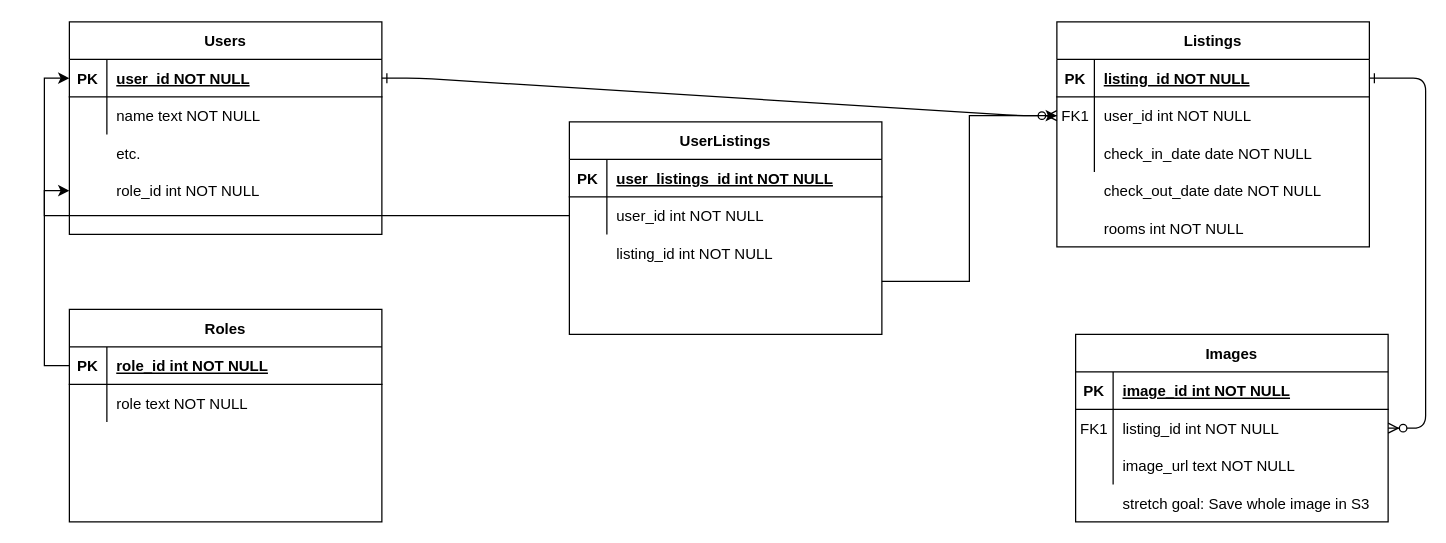
Before: Hotel-app.drawio in tobynboudreaux/RuntimeTerror, a draw.io diagram. Source tidied: cells renumbered, new cells numbered last; positions are measured from the earlier drawing's top-left corner, leaving out a move shared by most shapes. Both pictures are drawn from the tidied source at 125%, with x=0, y=0 at pixel (69, 21).
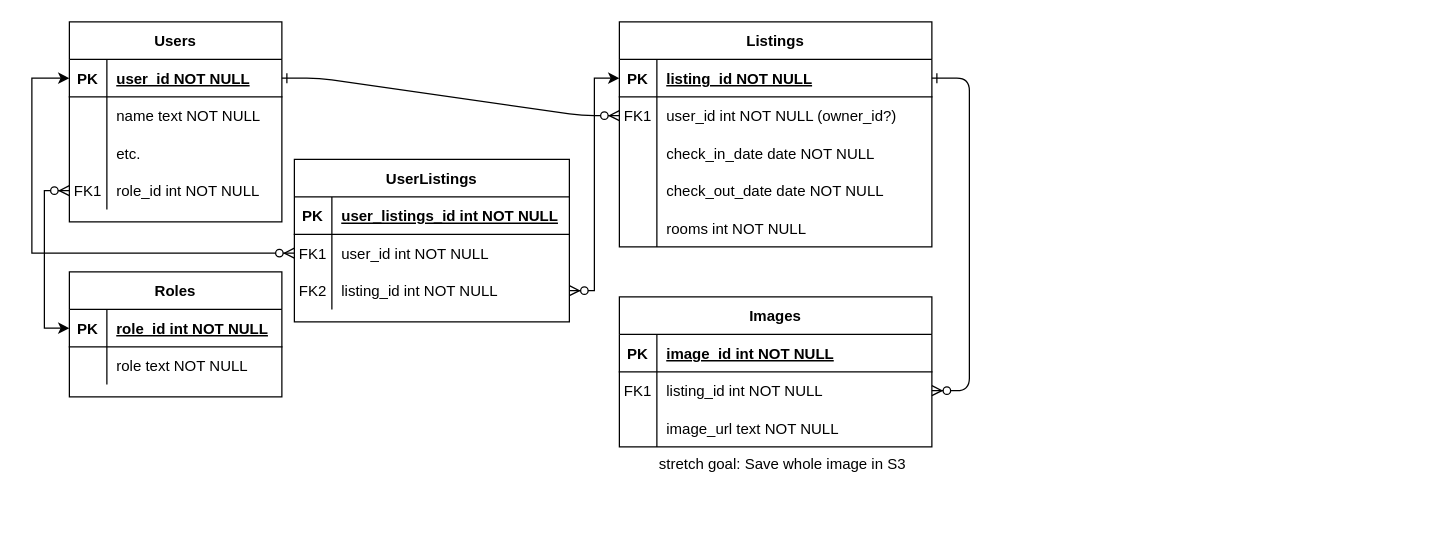
Above is the later version.

Commit message:
Update Hotel-app.drawio (cleanup a bit)

The change refers to these unchanged cells:
```xml
<mxCell id="5" style="shape=partialRectangle;fillColor=none;points=[[0,0.5],[1,0.5]];portConstraint=eastwest;top=0;left=0;right=0;bottom=1;" parent="4" vertex="1">
  <mxGeometry y="30" width="250" height="30" as="geometry" />
</mxCell>
<mxCell id="8" style="shape=partialRectangle;fillColor=none;points=[[0,0.5],[1,0.5]];portConstraint=eastwest;top=0;left=0;right=0;bottom=0;" parent="4" vertex="1">
  <mxGeometry y="60" width="250" height="30" as="geometry" />
</mxCell>
```

Diff of the diagram source:
```diff
@@
     <mxCell id="4" value="Listings" style="shape=table;startSize=30;childLayout=tableLayout;rowLines=0;fontStyle=1;align=center;" parent="1" vertex="1">
-      <mxGeometry x="790" width="250" height="180" as="geometry" />
+      <mxGeometry x="440" width="250" height="180" as="geometry" />
     </mxCell>
@@
-    <mxCell id="10" value="user_id int NOT NULL" style="shape=partialRectangle;overflow=hidden;fillColor=none;top=0;left=0;bottom=0;right=0;align=left;spacingLeft=6;" parent="8" vertex="1">
+    <mxCell id="10" value="user_id int NOT NULL (owner_id?)" style="shape=partialRectangle;overflow=hidden;fillColor=none;top=0;left=0;bottom=0;right=0;align=left;spacingLeft=6;" parent="8" vertex="1">
       <mxGeometry x="30" width="220" height="30" as="geometry" />
     </mxCell>
@@
+    <mxCell id="58" style="shape=partialRectangle;fillColor=none;top=0;left=0;right=0;bottom=0;" parent="4" vertex="1">
+      <mxGeometry y="120" width="250" height="30" as="geometry" />
+    </mxCell>
+    <mxCell id="59" style="shape=partialRectangle;overflow=hidden;fillColor=none;top=0;left=0;bottom=0;right=0;" parent="58" vertex="1">
+      <mxGeometry width="30" height="30" as="geometry" />
+    </mxCell>
+    <mxCell id="37" value="check_out_date date NOT NULL" style="shape=partialRectangle;overflow=hidden;fillColor=none;top=0;left=0;bottom=0;right=0;align=left;spacingLeft=6;" parent="58" vertex="1">
+      <mxGeometry x="30" width="220" height="30" as="geometry" />
+    </mxCell>
+    <mxCell id="60" style="shape=partialRectangle;fillColor=none;top=0;left=0;right=0;bottom=0;" parent="4" vertex="1">
+      <mxGeometry y="150" width="250" height="30" as="geometry" />
+    </mxCell>
+    <mxCell id="61" style="shape=partialRectangle;overflow=hidden;fillColor=none;top=0;left=0;bottom=0;right=0;" parent="60" vertex="1">
+      <mxGeometry width="30" height="30" as="geometry" />
+    </mxCell>
+    <mxCell id="38" value="rooms int NOT NULL" style="shape=partialRectangle;overflow=hidden;fillColor=none;top=0;left=0;bottom=0;right=0;align=left;spacingLeft=6;" parent="60" vertex="1">
+      <mxGeometry x="30" width="220" height="30" as="geometry" />
+    </mxCell>
     <mxCell id="14" value="Images" style="shape=table;startSize=30;childLayout=tableLayout;rowLines=0;fontStyle=1;align=center;" parent="1" vertex="1">
-      <mxGeometry x="805" y="250" width="250" height="150" as="geometry" />
+      <mxGeometry x="440" y="220" width="250" height="120" as="geometry" />
     </mxCell>
@@
     <mxCell id="24" value="Users" style="shape=table;startSize=30;childLayout=tableLayout;rowLines=0;fontStyle=1;align=center;" parent="1" vertex="1">
-      <mxGeometry width="250" height="170" as="geometry" />
+      <mxGeometry width="170" height="160" as="geometry" />
     </mxCell>
     <mxCell id="25" style="shape=partialRectangle;fillColor=none;points=[[0,0.5],[1,0.5]];portConstraint=eastwest;top=0;left=0;right=0;bottom=1;" parent="24" vertex="1">
-      <mxGeometry y="30" width="250" height="30" as="geometry" />
+      <mxGeometry y="30" width="170" height="30" as="geometry" />
     </mxCell>
@@
     <mxCell id="27" value="user_id NOT NULL" style="shape=partialRectangle;overflow=hidden;fillColor=none;top=0;left=0;bottom=0;right=0;align=left;spacingLeft=6;fontStyle=5;" parent="25" vertex="1">
-      <mxGeometry x="30" width="220" height="30" as="geometry" />
+      <mxGeometry x="30" width="140" height="30" as="geometry" />
     </mxCell>
     <mxCell id="28" style="shape=partialRectangle;fillColor=none;top=0;left=0;right=0;bottom=0;" parent="24" vertex="1">
-      <mxGeometry y="60" width="250" height="30" as="geometry" />
+      <mxGeometry y="60" width="170" height="30" as="geometry" />
     </mxCell>
@@
     <mxCell id="30" value="name text NOT NULL" style="shape=partialRectangle;overflow=hidden;fillColor=none;top=0;left=0;bottom=0;right=0;align=left;spacingLeft=6;" parent="28" vertex="1">
-      <mxGeometry x="30" width="220" height="30" as="geometry" />
+      <mxGeometry x="30" width="140" height="30" as="geometry" />
     </mxCell>
-    <mxCell id="31" style="shape=partialRectangle;fillColor=none;points=[[0,0.5],[1,0.5]];portConstraint=eastwest;top=0;left=0;right=0;bottom=0;" parent="1" vertex="1">
-      <mxGeometry y="120" width="250" height="30" as="geometry" />
-    </mxCell>
-    <mxCell id="32" style="shape=partialRectangle;overflow=hidden;fillColor=none;top=0;left=0;bottom=0;right=0;" parent="31" vertex="1">
-      <mxGeometry width="30" height="30" as="geometry" />
-    </mxCell>
+    <mxCell id="62" style="shape=partialRectangle;fillColor=none;top=0;left=0;right=0;bottom=0;" parent="24" vertex="1">
+      <mxGeometry y="90" width="170" height="30" as="geometry" />
+    </mxCell>
+    <mxCell id="63" style="shape=partialRectangle;overflow=hidden;fillColor=none;top=0;left=0;bottom=0;right=0;" parent="62" vertex="1">
+      <mxGeometry width="30" height="30" as="geometry" />
+    </mxCell>
+    <mxCell id="57" value="etc." style="shape=partialRectangle;overflow=hidden;fillColor=none;top=0;left=0;bottom=0;right=0;align=left;spacingLeft=6;" parent="62" vertex="1">
+      <mxGeometry x="30" width="140" height="30" as="geometry" />
+    </mxCell>
+    <mxCell id="64" style="shape=partialRectangle;fillColor=none;points=[[0,0.5],[1,0.5]];portConstraint=eastwest;top=0;left=0;right=0;bottom=0;" parent="24" vertex="1">
+      <mxGeometry y="120" width="170" height="30" as="geometry" />
+    </mxCell>
+    <mxCell id="65" value="FK1" style="shape=partialRectangle;overflow=hidden;fillColor=none;top=0;left=0;bottom=0;right=0;" parent="64" vertex="1">
+      <mxGeometry width="30" height="30" as="geometry" />
+    </mxCell>
-    <mxCell id="33" value="role_id int NOT NULL" style="shape=partialRectangle;overflow=hidden;fillColor=none;top=0;left=0;bottom=0;right=0;align=left;spacingLeft=6;" parent="31" vertex="1">
-      <mxGeometry x="30" width="220" height="30" as="geometry" />
+    <mxCell id="33" value="role_id int NOT NULL" style="shape=partialRectangle;overflow=hidden;fillColor=none;top=0;left=0;bottom=0;right=0;align=left;spacingLeft=6;" parent="64" vertex="1">
+      <mxGeometry x="30" width="140" height="30" as="geometry" />
     </mxCell>
-    <mxCell id="34" style="shape=partialRectangle;fillColor=none;top=0;left=0;right=0;bottom=0;" parent="1" vertex="1">
-      <mxGeometry x="805" y="370" width="250" height="30" as="geometry" />
-    </mxCell>
-    <mxCell id="35" style="shape=partialRectangle;overflow=hidden;fillColor=none;top=0;left=0;bottom=0;right=0;" parent="34" vertex="1">
-      <mxGeometry width="30" height="30" as="geometry" />
-    </mxCell>
-    <mxCell id="36" value="stretch goal: Save whole image in S3" style="shape=partialRectangle;overflow=hidden;fillColor=none;top=0;left=0;bottom=0;right=0;align=left;spacingLeft=6;" parent="34" vertex="1">
-      <mxGeometry x="30" width="220" height="30" as="geometry" />
-    </mxCell>
-    <mxCell id="37" value="check_out_date date NOT NULL" style="shape=partialRectangle;overflow=hidden;fillColor=none;top=0;left=0;bottom=0;right=0;align=left;spacingLeft=6;" parent="1" vertex="1">
-      <mxGeometry x="820" y="120" width="220" height="30" as="geometry" />
-    </mxCell>
-    <mxCell id="38" value="rooms int NOT NULL" style="shape=partialRectangle;overflow=hidden;fillColor=none;top=0;left=0;bottom=0;right=0;align=left;spacingLeft=6;" parent="1" vertex="1">
-      <mxGeometry x="820" y="150" width="220" height="30" as="geometry" />
-    </mxCell>
-    <mxCell id="39" style="edgeStyle=orthogonalEdgeStyle;rounded=0;jettySize=auto;html=1;exitX=1;exitY=0.75;exitDx=0;exitDy=0;entryX=0;entryY=0.5;entryDx=0;entryDy=0;" parent="1" edge="1" source="40" target="8">
-      <mxGeometry relative="1" as="geometry" />
-    </mxCell>
     <mxCell id="40" value="UserListings" style="shape=table;startSize=30;childLayout=tableLayout;rowLines=0;fontStyle=1;align=center;" parent="1" vertex="1">
-      <mxGeometry x="400" y="80" width="250" height="170" as="geometry" />
+      <mxGeometry x="180" y="110" width="220" height="130" as="geometry" />
     </mxCell>
     <mxCell id="41" style="shape=partialRectangle;fillColor=none;top=0;left=0;right=0;bottom=1;" parent="40" vertex="1">
-      <mxGeometry y="30" width="250" height="30" as="geometry" />
+      <mxGeometry y="30" width="220" height="30" as="geometry" />
     </mxCell>
@@
     <mxCell id="43" value="user_listings_id int NOT NULL" style="shape=partialRectangle;overflow=hidden;fillColor=none;top=0;left=0;bottom=0;right=0;align=left;spacingLeft=6;fontStyle=5;" parent="41" vertex="1">
-      <mxGeometry x="30" width="220" height="30" as="geometry" />
+      <mxGeometry x="30" width="190" height="30" as="geometry" />
     </mxCell>
     <mxCell id="44" style="shape=partialRectangle;fillColor=none;points=[[0,0.5],[1,0.5]];portConstraint=eastwest;top=0;left=0;right=0;bottom=0;" parent="40" vertex="1">
-      <mxGeometry y="60" width="250" height="30" as="geometry" />
+      <mxGeometry y="60" width="220" height="30" as="geometry" />
     </mxCell>
-    <mxCell id="45" style="shape=partialRectangle;overflow=hidden;fillColor=none;top=0;left=0;bottom=0;right=0;" parent="44" vertex="1">
+    <mxCell id="45" value="FK1" style="shape=partialRectangle;overflow=hidden;fillColor=none;top=0;left=0;bottom=0;right=0;" parent="44" vertex="1">
       <mxGeometry width="30" height="30" as="geometry" />
     </mxCell>
     <mxCell id="46" value="user_id int NOT NULL" style="shape=partialRectangle;overflow=hidden;fillColor=none;top=0;left=0;bottom=0;right=0;align=left;spacingLeft=6;" parent="44" vertex="1">
-      <mxGeometry x="30" width="220" height="30" as="geometry" />
+      <mxGeometry x="30" width="190" height="30" as="geometry" />
     </mxCell>
+    <mxCell id="66" style="shape=partialRectangle;fillColor=none;points=[[0,0.5],[1,0.5]];portConstraint=eastwest;top=0;left=0;right=0;bottom=0;" parent="40" vertex="1">
+      <mxGeometry y="90" width="220" height="30" as="geometry" />
+    </mxCell>
+    <mxCell id="67" value="FK2" style="shape=partialRectangle;overflow=hidden;fillColor=none;top=0;left=0;bottom=0;right=0;" parent="66" vertex="1">
+      <mxGeometry width="30" height="30" as="geometry" />
+    </mxCell>
-    <mxCell id="47" value="listing_id int NOT NULL" style="shape=partialRectangle;overflow=hidden;fillColor=none;top=0;left=0;bottom=0;right=0;align=left;spacingLeft=6;" parent="1" vertex="1">
-      <mxGeometry x="430" y="170" width="220" height="30" as="geometry" />
+    <mxCell id="47" value="listing_id int NOT NULL" style="shape=partialRectangle;overflow=hidden;fillColor=none;top=0;left=0;bottom=0;right=0;align=left;spacingLeft=6;" parent="66" vertex="1">
+      <mxGeometry x="30" width="190" height="30" as="geometry" />
     </mxCell>
-    <mxCell id="48" style="edgeStyle=orthogonalEdgeStyle;rounded=0;jettySize=auto;html=1;exitX=0;exitY=0.5;exitDx=0;exitDy=0;entryX=0;entryY=0.5;entryDx=0;entryDy=0;" parent="1" edge="1" source="44" target="25">
-      <mxGeometry relative="1" as="geometry" />
-    </mxCell>
     <mxCell id="49" value="Roles" style="shape=table;startSize=30;childLayout=tableLayout;rowLines=0;fontStyle=1;align=center;" parent="1" vertex="1">
-      <mxGeometry y="230" width="250" height="170" as="geometry" />
+      <mxGeometry y="200" width="170" height="100" as="geometry" />
     </mxCell>
     <mxCell id="50" style="shape=partialRectangle;fillColor=none;points=[[0,0.5],[1,0.5]];portConstraint=eastwest;top=0;left=0;right=0;bottom=1;" parent="49" vertex="1">
-      <mxGeometry y="30" width="250" height="30" as="geometry" />
+      <mxGeometry y="30" width="170" height="30" as="geometry" />
     </mxCell>
@@
     <mxCell id="52" value="role_id int NOT NULL" style="shape=partialRectangle;overflow=hidden;fillColor=none;top=0;left=0;bottom=0;right=0;align=left;spacingLeft=6;fontStyle=5;" parent="50" vertex="1">
-      <mxGeometry x="30" width="220" height="30" as="geometry" />
+      <mxGeometry x="30" width="140" height="30" as="geometry" />
     </mxCell>
     <mxCell id="53" style="shape=partialRectangle;fillColor=none;top=0;left=0;right=0;bottom=0;" parent="49" vertex="1">
-      <mxGeometry y="60" width="250" height="30" as="geometry" />
+      <mxGeometry y="60" width="170" height="30" as="geometry" />
     </mxCell>
@@
     <mxCell id="55" value="role text NOT NULL" style="shape=partialRectangle;overflow=hidden;fillColor=none;top=0;left=0;bottom=0;right=0;align=left;spacingLeft=6;" parent="53" vertex="1">
-      <mxGeometry x="30" width="220" height="30" as="geometry" />
+      <mxGeometry x="30" width="140" height="30" as="geometry" />
     </mxCell>
-    <mxCell id="56" style="edgeStyle=orthogonalEdgeStyle;rounded=0;jettySize=auto;html=1;exitX=0;exitY=0.5;exitDx=0;exitDy=0;entryX=0;entryY=0.5;entryDx=0;entryDy=0;" parent="1" edge="1" source="50" target="31">
-      <mxGeometry relative="1" as="geometry" />
-    </mxCell>
-    <mxCell id="57" value="etc." style="shape=partialRectangle;overflow=hidden;fillColor=none;top=0;left=0;bottom=0;right=0;align=left;spacingLeft=6;" parent="1" vertex="1">
-      <mxGeometry x="30" y="90" width="220" height="30" as="geometry" />
-    </mxCell>
+    <mxCell id="68" style="edgeStyle=orthogonalEdgeStyle;rounded=0;jettySize=auto;html=1;entryX=0;entryY=0.5;entryDx=0;entryDy=0;startArrow=ERzeroToMany;startFill=1;" parent="1" edge="1" source="66" target="5">
+      <mxGeometry relative="1" as="geometry" />
+    </mxCell>
+    <mxCell id="48" style="edgeStyle=orthogonalEdgeStyle;rounded=0;jettySize=auto;html=1;exitX=0;exitY=0.5;exitDx=0;exitDy=0;entryX=0;entryY=0.5;entryDx=0;entryDy=0;startArrow=ERzeroToMany;startFill=1;" parent="1" edge="1" source="44" target="25">
+      <mxGeometry relative="1" as="geometry">
+        <Array as="points">
+          <mxPoint x="-30" y="185" />
+          <mxPoint x="-30" y="45" />
+        </Array>
+      </mxGeometry>
+    </mxCell>
+    <mxCell id="36" value="stretch goal: Save whole image in S3" style="text;whiteSpace=wrap;html=1;" parent="1" vertex="1">
+      <mxGeometry x="470" y="340" width="230" height="30" as="geometry" />
+    </mxCell>
+    <mxCell id="69" style="edgeStyle=orthogonalEdgeStyle;rounded=0;jettySize=auto;html=1;exitX=0;exitY=0.5;exitDx=0;exitDy=0;entryX=0;entryY=0.5;entryDx=0;entryDy=0;startArrow=ERzeroToMany;startFill=1;" parent="1" edge="1" source="64" target="50">
+      <mxGeometry relative="1" as="geometry" />
+    </mxCell>
```
